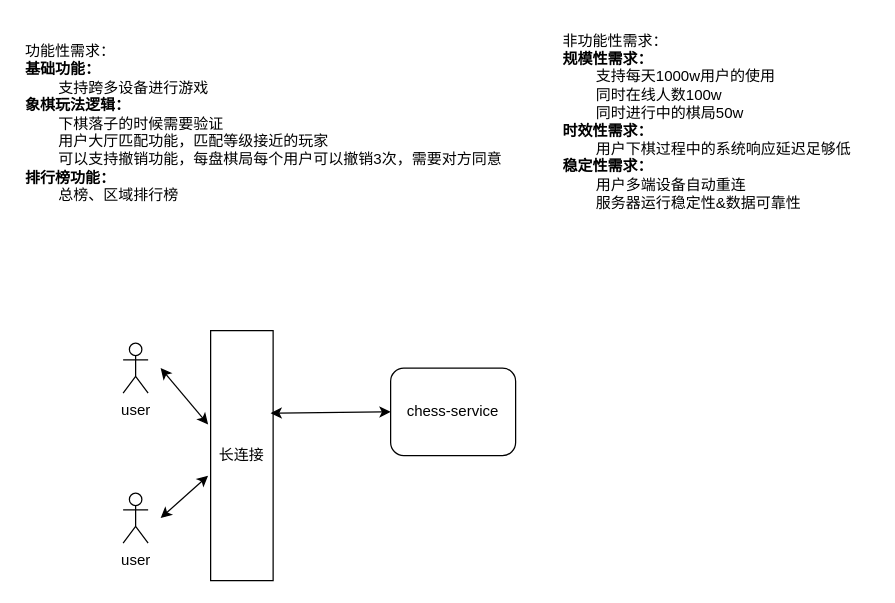
Before: 在线国际象棋.drawio in ShayneL/my-drawio, a draw.io diagram. Source tidied: cells renumbered, new cells numbered last; positions are measured from the earlier drawing's top-left corner, leaving out a move shared by most shapes. Both pictures are drawn from the tidied source at 125%, with x=0, y=0 at pixel (22, 21).
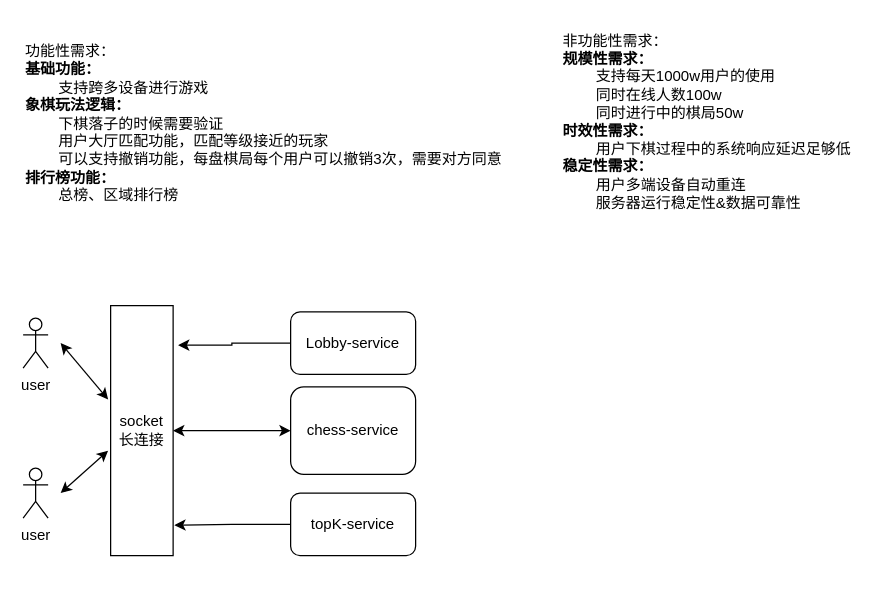
Above is the later version.

Commit message (it also covers changes not shown here):
更新在线国际象棋.drawio

Change to the diagram source:
```diff
@@
 <mxGraphModel>
   <root>
     <mxCell id="0" />
     <mxCell id="1" parent="0" />
     <mxCell id="2" value="user" style="shape=umlActor;verticalLabelPosition=bottom;verticalAlign=top;html=1;" parent="1" vertex="1">
-      <mxGeometry x="80" y="257" width="20" height="40" as="geometry" />
+      <mxGeometry y="237" width="20" height="40" as="geometry" />
     </mxCell>
-    <mxCell id="3" value="长连接" style="rounded=0;whiteSpace=wrap;html=1;" parent="1" vertex="1">
-      <mxGeometry x="150" y="247" width="50" height="200" as="geometry" />
+    <mxCell id="3" value="&lt;div&gt;socket&lt;/div&gt;长连接" style="rounded=0;whiteSpace=wrap;html=1;" parent="1" vertex="1">
+      <mxGeometry x="70" y="227" width="50" height="200" as="geometry" />
     </mxCell>
     <mxCell id="4" value="user" style="shape=umlActor;verticalLabelPosition=bottom;verticalAlign=top;html=1;" parent="1" vertex="1">
-      <mxGeometry x="80" y="377" width="20" height="40" as="geometry" />
+      <mxGeometry y="357" width="20" height="40" as="geometry" />
     </mxCell>
     <mxCell id="5" value="chess-service" style="rounded=1;whiteSpace=wrap;html=1;" parent="1" vertex="1">
-      <mxGeometry x="294" y="277" width="100" height="70" as="geometry" />
+      <mxGeometry x="214" y="292" width="100" height="70" as="geometry" />
     </mxCell>
     <mxCell id="6" style="endArrow=classic;startArrow=classic;html=1;rounded=0;entryX=-0.04;entryY=0.375;entryDx=0;entryDy=0;entryPerimeter=0;" parent="1" edge="1" target="3">
       <mxGeometry relative="1" as="geometry">
-        <mxPoint x="110" y="277" as="sourcePoint" />
+        <mxPoint x="30" y="257" as="sourcePoint" />
       </mxGeometry>
     </mxCell>
     <mxCell id="7" style="endArrow=classic;startArrow=classic;html=1;rounded=0;entryX=-0.04;entryY=0.58;entryDx=0;entryDy=0;entryPerimeter=0;" parent="1" edge="1" target="3">
       <mxGeometry relative="1" as="geometry">
-        <mxPoint x="110" y="397" as="sourcePoint" />
+        <mxPoint x="30" y="377" as="sourcePoint" />
       </mxGeometry>
     </mxCell>
-    <mxCell id="8" style="endArrow=classic;startArrow=classic;html=1;rounded=0;exitX=0.96;exitY=0.33;exitDx=0;exitDy=0;exitPerimeter=0;entryX=0;entryY=0.5;entryDx=0;entryDy=0;" parent="1" edge="1" source="3" target="5">
+    <mxCell id="8" style="endArrow=classic;startArrow=classic;html=1;rounded=0;entryX=0;entryY=0.5;entryDx=0;entryDy=0;" parent="1" edge="1" source="3" target="5">
       <mxGeometry relative="1" as="geometry" />
     </mxCell>
     <mxCell id="9" value="功能性需求：&lt;div&gt;&lt;b&gt;基础功能：&lt;/b&gt;&lt;/div&gt;&lt;div&gt;&lt;span style=&quot;white-space: pre;&quot;&gt;&#9;&lt;/span&gt;支持跨多设备进行游戏&lt;/div&gt;&lt;div&gt;&lt;b&gt;象棋玩法逻辑：&lt;/b&gt;&lt;/div&gt;&lt;div&gt;&lt;span style=&quot;white-space: pre;&quot;&gt;&#9;&lt;/span&gt;下棋落子的时候需要验证&lt;/div&gt;&lt;div&gt;&lt;span style=&quot;white-space: pre;&quot;&gt;&#9;&lt;/span&gt;用户大厅匹配功能，匹配等级接近的玩家&lt;/div&gt;&lt;div&gt;&lt;span style=&quot;white-space: pre;&quot;&gt;&#9;&lt;/span&gt;可以支持撤销功能，每盘棋局每个用户可以撤销3次，需要对方同意&lt;/div&gt;&lt;div&gt;&lt;b&gt;排行榜功能：&lt;/b&gt;&lt;/div&gt;&lt;div&gt;&lt;span style=&quot;font-weight: bold; white-space: pre;&quot;&gt;&#9;&lt;/span&gt;总榜、区域排行榜&lt;/div&gt;&lt;div&gt;&lt;br&gt;&lt;/div&gt;&lt;div&gt;&lt;br&gt;&lt;/div&gt;&lt;div&gt;&lt;br&gt;&lt;div&gt;&lt;br&gt;&lt;/div&gt;&lt;/div&gt;" style="text;html=1;align=left;verticalAlign=middle;strokeColor=none;fillColor=none;" parent="1" vertex="1">
       <mxGeometry y="10" width="400" height="200" as="geometry" />
     </mxCell>
     <mxCell id="10" value="非功能性需求：&lt;div&gt;&lt;b&gt;规模性需求：&lt;/b&gt;&lt;/div&gt;&lt;div&gt;&lt;span style=&quot;white-space: pre;&quot;&gt;&#9;&lt;/span&gt;支持每天1000w用户的使用&lt;/div&gt;&lt;div&gt;&lt;span style=&quot;white-space: pre;&quot;&gt;&#9;&lt;/span&gt;同时在线人数100w&lt;/div&gt;&lt;div&gt;&lt;span style=&quot;white-space: pre;&quot;&gt;&#9;&lt;/span&gt;同时进行中的棋局50w&lt;/div&gt;&lt;div&gt;&lt;b&gt;时效性需求：&lt;/b&gt;&lt;/div&gt;&lt;div&gt;&lt;span style=&quot;white-space: pre;&quot;&gt;&#9;&lt;/span&gt;用户下棋过程中的系统响应延迟足够低&lt;br&gt;&lt;/div&gt;&lt;div&gt;&lt;b&gt;稳定性需求：&lt;/b&gt;&lt;/div&gt;&lt;div&gt;&lt;span style=&quot;white-space: pre;&quot;&gt;&#9;&lt;/span&gt;用户多端设备自动重连&lt;br&gt;&lt;/div&gt;&lt;div&gt;&lt;span style=&quot;white-space: pre;&quot;&gt;&#9;&lt;/span&gt;服务器运行稳定性&amp;amp;数据可靠性&lt;br&gt;&lt;/div&gt;" style="text;html=1;align=left;verticalAlign=middle;strokeColor=none;fillColor=none;" parent="1" vertex="1">
       <mxGeometry x="430" width="250" height="160" as="geometry" />
     </mxCell>
+    <mxCell id="11" style="edgeStyle=orthogonalEdgeStyle;rounded=0;jettySize=auto;html=1;entryX=1.08;entryY=0.158;entryDx=0;entryDy=0;entryPerimeter=0;" parent="1" edge="1" source="12" target="3">
+      <mxGeometry relative="1" as="geometry" />
+    </mxCell>
+    <mxCell id="12" value="Lobby-service" style="rounded=1;whiteSpace=wrap;html=1;" parent="1" vertex="1">
+      <mxGeometry x="214" y="232" width="100" height="50" as="geometry" />
+    </mxCell>
+    <mxCell id="13" style="edgeStyle=orthogonalEdgeStyle;rounded=0;jettySize=auto;html=1;entryX=1.02;entryY=0.878;entryDx=0;entryDy=0;entryPerimeter=0;" parent="1" edge="1" source="14" target="3">
+      <mxGeometry relative="1" as="geometry" />
+    </mxCell>
+    <mxCell id="14" value="topK-service" style="rounded=1;whiteSpace=wrap;html=1;" parent="1" vertex="1">
+      <mxGeometry x="214" y="377" width="100" height="50" as="geometry" />
+    </mxCell>
   </root>
 </mxGraphModel>
```
